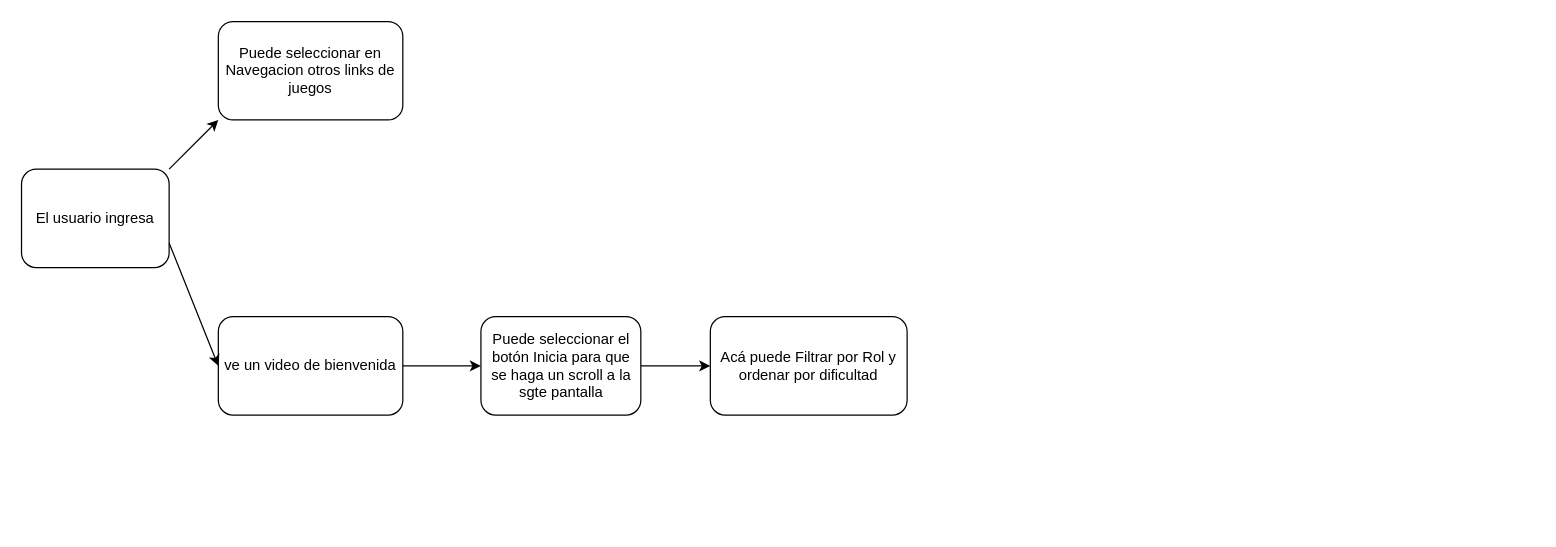
SvillarroelZ/SCL020-data-lovers keeps this draw.io diagram as Untitled Diagram.drawio. Above is the earlier version. Source tidied: cells renumbered, new cells numbered last; positions are measured from the earlier drawing's top-left corner, leaving out a move shared by most shapes. Both pictures are drawn from the tidied source at 123%, with x=0, y=0 at pixel (21, 21).
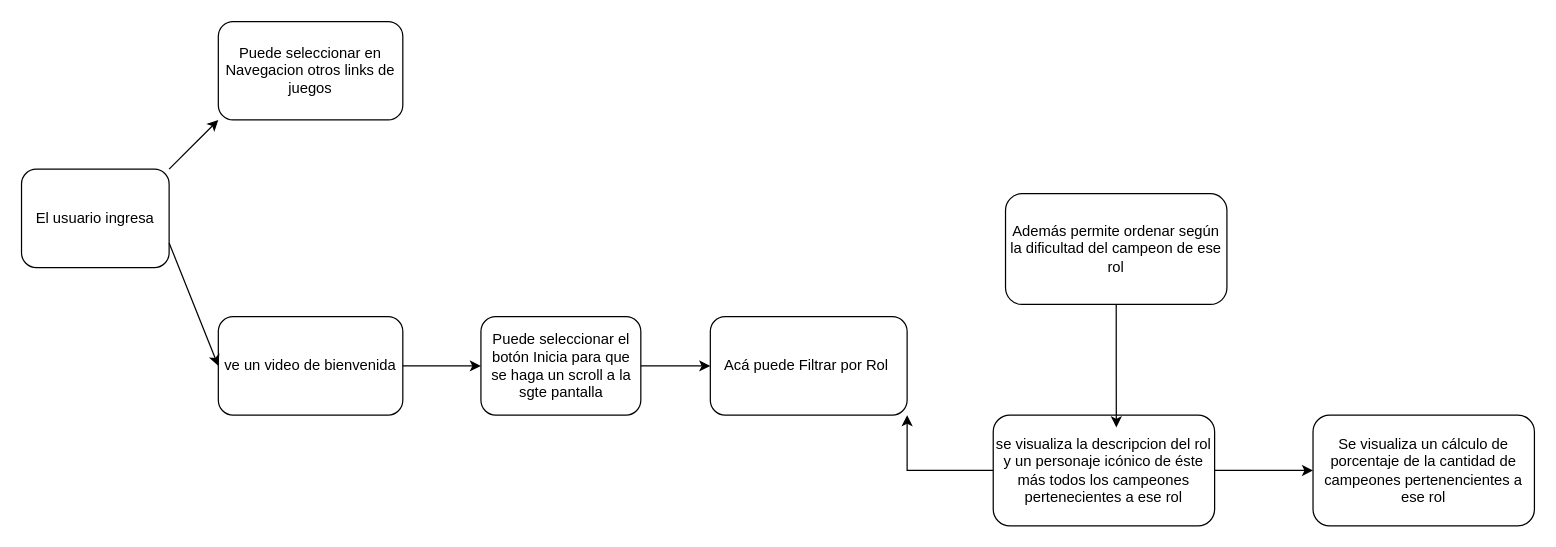
The same diagram, later.

Change to the diagram source:
```diff
@@
 <mxGraphModel>
   <root>
     <mxCell id="0" />
     <mxCell id="1" parent="0" />
     <mxCell id="2" value="El usuario ingresa" style="rounded=1;whiteSpace=wrap;html=1;" parent="1" vertex="1">
       <mxGeometry y="120" width="120" height="80" as="geometry" />
     </mxCell>
     <mxCell id="3" value="ve un video de bienvenida" style="rounded=1;whiteSpace=wrap;html=1;" parent="1" vertex="1">
       <mxGeometry x="160" y="240" width="150" height="80" as="geometry" />
     </mxCell>
     <mxCell id="4" value="Puede seleccionar en Navegacion otros links de juegos" style="rounded=1;whiteSpace=wrap;html=1;" parent="1" vertex="1">
       <mxGeometry x="160" width="150" height="80" as="geometry" />
     </mxCell>
     <mxCell id="5" value="Puede seleccionar el botón Inicia para que se haga un scroll a la sgte pantalla" style="rounded=1;whiteSpace=wrap;html=1;" parent="1" vertex="1">
       <mxGeometry x="373.5" y="240" width="130" height="80" as="geometry" />
     </mxCell>
     <mxCell id="6" style="endArrow=classic;html=1;rounded=0;exitX=1;exitY=0;exitDx=0;exitDy=0;entryX=0;entryY=1;entryDx=0;entryDy=0;" parent="1" edge="1" source="2" target="4">
       <mxGeometry relative="1" as="geometry" />
     </mxCell>
     <mxCell id="7" style="endArrow=classic;html=1;rounded=0;entryX=0;entryY=0.5;entryDx=0;entryDy=0;" parent="1" edge="1" target="3">
       <mxGeometry relative="1" as="geometry">
         <mxPoint x="120" y="180" as="sourcePoint" />
       </mxGeometry>
     </mxCell>
     <mxCell id="8" style="endArrow=classic;html=1;rounded=0;exitX=1;exitY=0.5;exitDx=0;exitDy=0;entryX=0;entryY=0.5;entryDx=0;entryDy=0;" parent="1" edge="1" source="3" target="5">
       <mxGeometry relative="1" as="geometry" />
     </mxCell>
-    <mxCell id="9" value="Acá puede Filtrar por Rol y ordenar por dificultad&lt;br&gt;" style="rounded=1;whiteSpace=wrap;html=1;" parent="1" vertex="1">
+    <mxCell id="9" value="Acá puede Filtrar por Rol&amp;nbsp;" style="rounded=1;whiteSpace=wrap;html=1;" parent="1" vertex="1">
       <mxGeometry x="560" y="240" width="160" height="80" as="geometry" />
     </mxCell>
     <mxCell id="10" style="endArrow=classic;html=1;rounded=0;entryX=0;entryY=0.5;entryDx=0;entryDy=0;exitX=1;exitY=0.5;exitDx=0;exitDy=0;" parent="1" edge="1" source="5" target="9">
       <mxGeometry relative="1" as="geometry" />
     </mxCell>
+    <mxCell id="11" style="edgeStyle=orthogonalEdgeStyle;rounded=0;jettySize=auto;html=1;exitX=0;exitY=0.5;exitDx=0;exitDy=0;entryX=1;entryY=1;entryDx=0;entryDy=0;" parent="1" edge="1" source="13" target="9">
+      <mxGeometry relative="1" as="geometry" />
+    </mxCell>
+    <mxCell id="12" style="edgeStyle=orthogonalEdgeStyle;rounded=0;jettySize=auto;html=1;exitX=1;exitY=0.5;exitDx=0;exitDy=0;" parent="1" edge="1" source="13">
+      <mxGeometry relative="1" as="geometry">
+        <mxPoint x="1050" y="365" as="targetPoint" />
+      </mxGeometry>
+    </mxCell>
+    <mxCell id="13" value="se visualiza la descripcion del rol y un personaje icónico de éste más todos los campeones pertenecientes a ese rol" style="rounded=1;whiteSpace=wrap;html=1;" parent="1" vertex="1">
+      <mxGeometry x="790" y="320" width="180" height="90" as="geometry" />
+    </mxCell>
+    <mxCell id="14" style="edgeStyle=orthogonalEdgeStyle;rounded=0;jettySize=auto;html=1;entryX=0.556;entryY=0.111;entryDx=0;entryDy=0;entryPerimeter=0;" parent="1" edge="1" source="15" target="13">
+      <mxGeometry relative="1" as="geometry" />
+    </mxCell>
+    <mxCell id="15" value="Además permite ordenar según la dificultad del campeon de ese rol&lt;br&gt;" style="rounded=1;whiteSpace=wrap;html=1;" parent="1" vertex="1">
+      <mxGeometry x="800" y="140" width="180" height="90" as="geometry" />
+    </mxCell>
+    <mxCell id="16" value="Se visualiza un cálculo de porcentaje de la cantidad de campeones pertenencientes a ese rol&lt;br&gt;" style="rounded=1;whiteSpace=wrap;html=1;" parent="1" vertex="1">
+      <mxGeometry x="1050" y="320" width="180" height="90" as="geometry" />
+    </mxCell>
   </root>
 </mxGraphModel>
```
